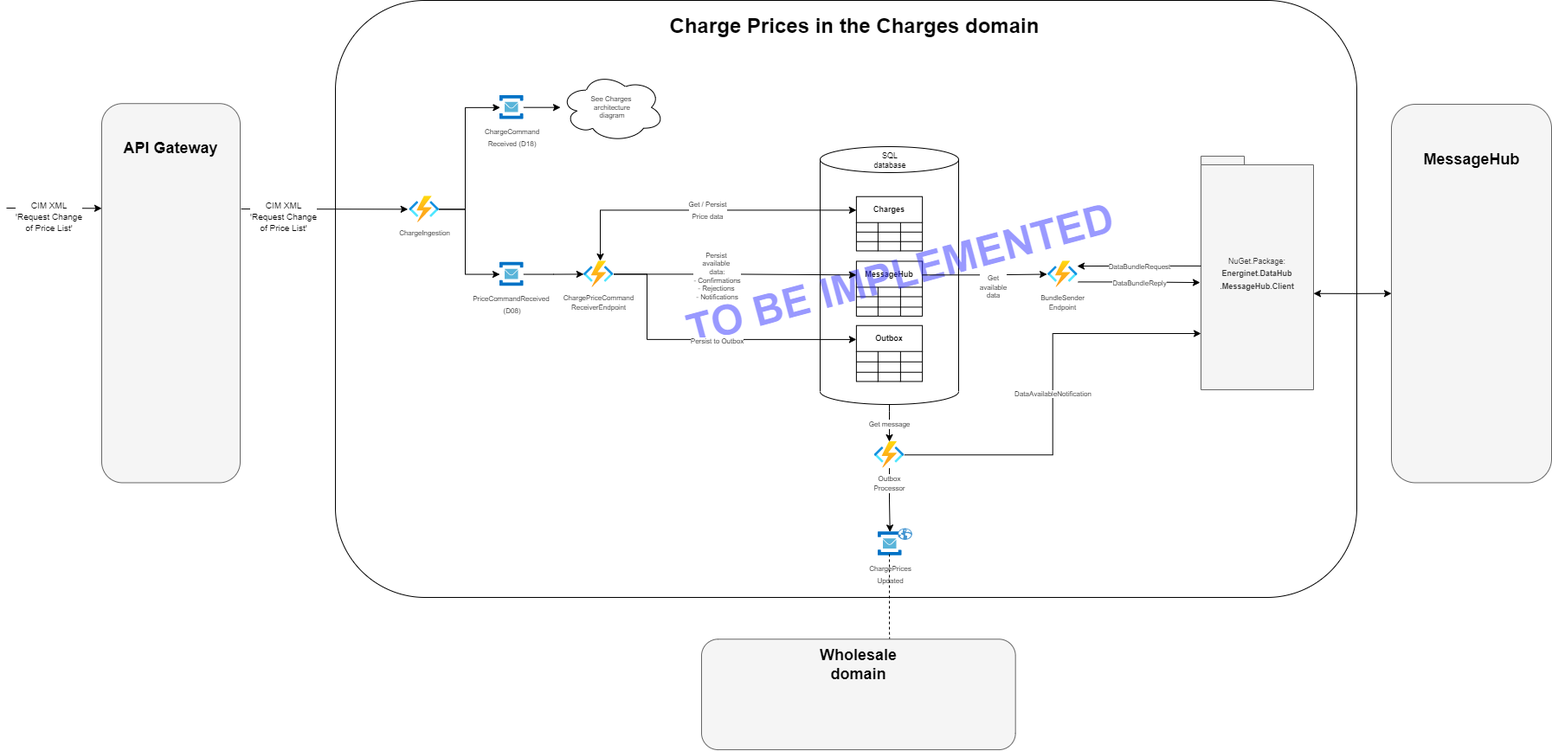
Earlier version of the draw.io export ARCHITECTURE-ChargePrices.png (Energinet-DataHub/ARCHIVED-geh-charges). Source tidied: cells renumbered, new cells last; positions are measured from the earlier drawing's top-left corner, leaving out a move shared by most shapes.
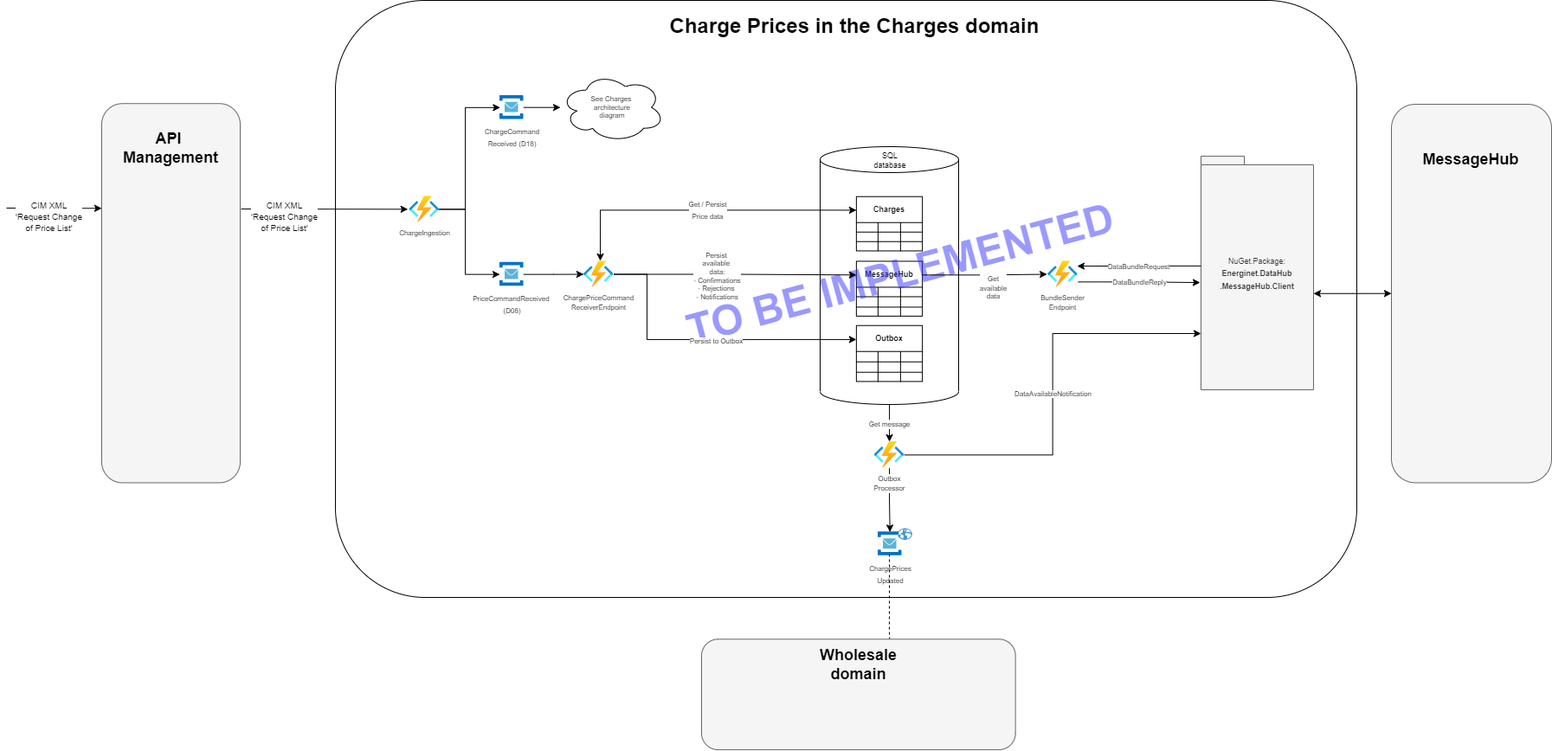
After the change.

Commit message:
Aligned Charge Prices

What changed in the source:
```diff
@@ -5,7 +5,7 @@
     <mxCell id="2" style="rounded=1;whiteSpace=wrap;html=1;fillColor=#f5f5f5;strokeColor=#666666;fontColor=#333333;" parent="1" vertex="1">
       <mxGeometry x="110" y="119.2" width="160" height="438.2" as="geometry" />
     </mxCell>
-    <mxCell id="3" value="&lt;b&gt;&lt;font style=&quot;font-size: 18px&quot;&gt;API Gateway&lt;/font&gt;&lt;/b&gt;" style="text;html=1;strokeColor=none;fillColor=none;align=center;verticalAlign=middle;whiteSpace=wrap;rounded=0;" parent="1" vertex="1">
+    <mxCell id="3" value="&lt;b&gt;&lt;font style=&quot;font-size: 18px&quot;&gt;API &lt;br&gt;Management&lt;/font&gt;&lt;/b&gt;" style="text;html=1;strokeColor=none;fillColor=none;align=center;verticalAlign=middle;whiteSpace=wrap;rounded=0;" parent="1" vertex="1">
       <mxGeometry x="115" y="160" width="150" height="22.6" as="geometry" />
     </mxCell>
     <mxCell id="4" style="group;" parent="1" vertex="1">
```
